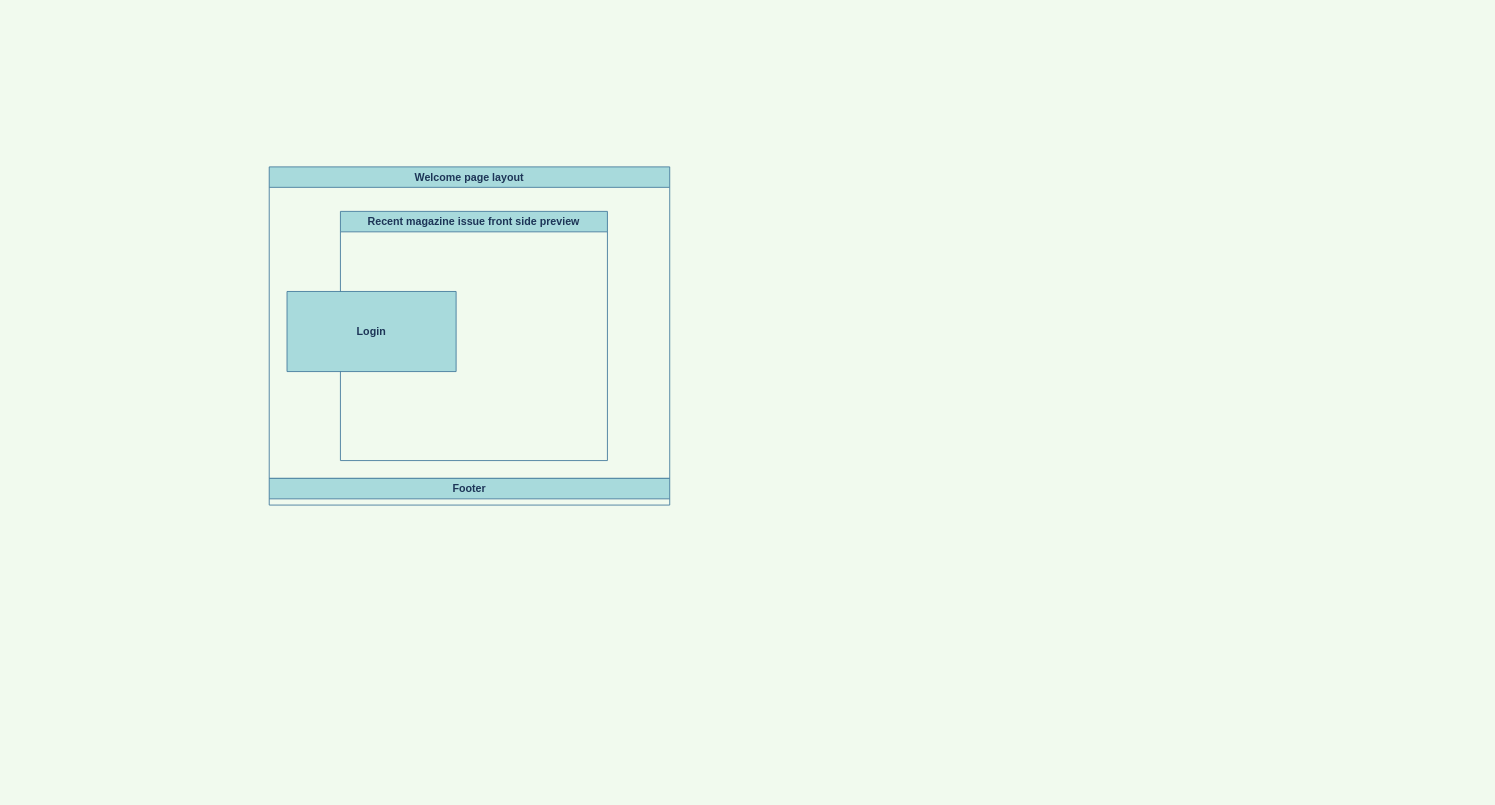
This is diagrams/UI.drawio from JKalina08/ssg_magazine, a draw.io file, before an edit. Source tidied: cells renumbered, new cells numbered last; positions are measured from the earlier drawing's top-left corner, leaving out a move shared by most shapes. Both pictures are drawn from the tidied source at 89%, with x=0, y=0 at pixel (269, 166).
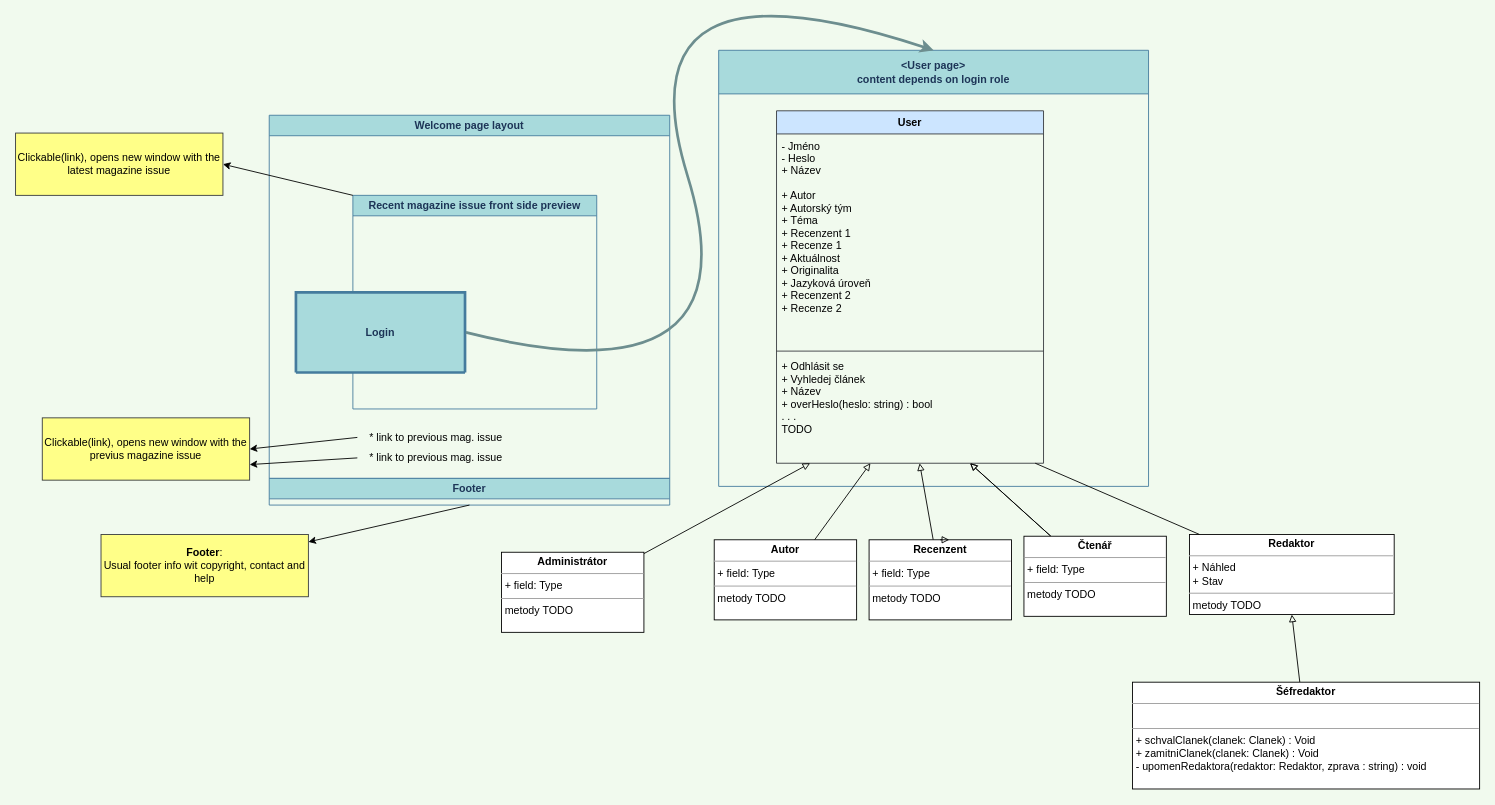
The same diagram, later.

Unchanged cells that the change refers to:
```xml
<mxCell id="5" value="Footer" style="swimlane;whiteSpace=wrap;html=1;rounded=0;shadow=0;glass=0;fillStyle=auto;strokeColor=#457B9D;fontColor=#1D3557;fillColor=#A8DADC;" parent="1" vertex="1">
  <mxGeometry y="350" width="450" height="30" as="geometry" />
</mxCell>
```

Diff of the diagram source:
```diff
@@
+    <mxCell id="6" value="Clickable(link), opens new window with the latest magazine issue" style="html=1;whiteSpace=wrap;fillColor=#ffff88;strokeColor=#36393d;" parent="1" vertex="1">
+      <mxGeometry x="-285" y="-38" width="233" height="70" as="geometry" />
+    </mxCell>
     <mxCell id="2" value="Welcome page layout" style="swimlane;whiteSpace=wrap;html=1;fillColor=#A8DADC;strokeColor=#457B9D;fontColor=#1D3557;" parent="1" vertex="1">
-      <mxGeometry width="450" height="350" as="geometry" />
+      <mxGeometry y="-58" width="450" height="408" as="geometry" />
     </mxCell>
-    <mxCell id="3" value="Recent magazine issue front side preview" style="swimlane;whiteSpace=wrap;html=1;fillColor=#A8DADC;strokeColor=#457B9D;fontColor=#1D3557;" parent="1" vertex="1">
-      <mxGeometry x="80" y="50" width="300" height="280" as="geometry" />
+    <mxCell id="3" value="Recent magazine issue front side preview" style="swimlane;whiteSpace=wrap;html=1;fillColor=#A8DADC;strokeColor=#457B9D;fontColor=#1D3557;" parent="2" vertex="1">
+      <mxGeometry x="94" y="90" width="274" height="240" as="geometry" />
     </mxCell>
-    <mxCell id="4" value="Login" style="swimlane;whiteSpace=wrap;html=1;strokeColor=#457B9D;fontColor=#1D3557;fillColor=#A8DADC;fillStyle=auto;glass=0;shadow=0;rounded=0;perimeterSpacing=1;fillOpacity=100;startSize=90;" parent="3" vertex="1">
-      <mxGeometry x="-60" y="90" width="190" height="90" as="geometry" />
+    <mxCell id="4" value="Login" style="swimlane;whiteSpace=wrap;html=1;strokeColor=#457B9D;fontColor=#1D3557;fillColor=#A8DADC;fillStyle=auto;glass=0;shadow=0;rounded=0;perimeterSpacing=1;fillOpacity=100;startSize=90;strokeWidth=3;" parent="3" vertex="1">
+      <mxGeometry x="-64" y="109" width="190" height="90" as="geometry" />
     </mxCell>
+    <mxCell id="7" value="* link to previous mag. issue" style="text;html=1;strokeColor=none;fillColor=none;align=center;verticalAlign=middle;whiteSpace=wrap;rounded=0;" parent="2" vertex="1">
+      <mxGeometry x="99" y="347" width="177" height="30" as="geometry" />
+    </mxCell>
+    <mxCell id="8" value="* link to previous mag. issue" style="text;html=1;strokeColor=none;fillColor=none;align=center;verticalAlign=middle;whiteSpace=wrap;rounded=0;" parent="2" vertex="1">
+      <mxGeometry x="99" y="370" width="177" height="30" as="geometry" />
+    </mxCell>
@@
+    <mxCell id="9" style="endArrow=classic;html=1;rounded=0;exitX=0;exitY=0;exitDx=0;exitDy=0;entryX=1;entryY=0.5;entryDx=0;entryDy=0;" parent="1" edge="1" source="3" target="6">
+      <mxGeometry relative="1" as="geometry" />
+    </mxCell>
+    <mxCell id="10" value="Clickable(link), opens new window with the previus magazine issue" style="html=1;whiteSpace=wrap;fillColor=#ffff88;strokeColor=#36393d;" parent="1" vertex="1">
+      <mxGeometry x="-255" y="282" width="233" height="70" as="geometry" />
+    </mxCell>
+    <mxCell id="11" style="endArrow=classic;html=1;rounded=0;exitX=0;exitY=0.5;exitDx=0;exitDy=0;entryX=1;entryY=0.5;entryDx=0;entryDy=0;" parent="1" edge="1" source="7" target="10">
+      <mxGeometry relative="1" as="geometry" />
+    </mxCell>
+    <mxCell id="12" style="endArrow=classic;html=1;rounded=0;exitX=0;exitY=0.5;exitDx=0;exitDy=0;entryX=1;entryY=0.75;entryDx=0;entryDy=0;" parent="1" edge="1" source="8" target="10">
+      <mxGeometry relative="1" as="geometry" />
+    </mxCell>
+    <mxCell id="13" value="&lt;b&gt;Footer&lt;/b&gt;:&lt;br&gt;Usual footer info wit copyright, contact and help" style="html=1;whiteSpace=wrap;fillColor=#ffff88;strokeColor=#36393d;" parent="1" vertex="1">
+      <mxGeometry x="-189" y="413" width="233" height="70" as="geometry" />
+    </mxCell>
+    <mxCell id="14" style="endArrow=classic;html=1;rounded=0;exitX=0.5;exitY=1;exitDx=0;exitDy=0;" parent="1" edge="1" source="5" target="13">
+      <mxGeometry relative="1" as="geometry" />
+    </mxCell>
+    <mxCell id="15" value="&amp;lt;User page&amp;gt;&lt;br&gt;content depends on login role" style="swimlane;whiteSpace=wrap;html=1;fillColor=#A8DADC;strokeColor=#457B9D;fontColor=#1D3557;startSize=49;" parent="1" vertex="1">
+      <mxGeometry x="505" y="-131" width="483" height="490" as="geometry" />
+    </mxCell>
+    <mxCell id="16" value="User" style="swimlane;fontStyle=1;align=center;verticalAlign=top;horizontal=1;startSize=26;swimlaneLine=1;fillColor=#cce5ff;strokeColor=#36393d;" parent="15" vertex="1">
+      <mxGeometry x="65" y="68" width="300" height="396" as="geometry" />
+    </mxCell>
+    <mxCell id="17" value="- Jméno&#10;- Heslo&#10;+ Název&#10;&#10;+ Autor&#10;+ Autorský tým&#10;+ Téma&#10;+ Recenzent 1&#10;+ Recenze 1&#10;+ Aktuálnost&#10;+ Originalita&#10;+ Jazyková úroveň&#10;+ Recenzent 2&#10;+ Recenze 2&#10;&#10;&#10;&#10;" style="text;strokeColor=none;fillColor=none;align=left;verticalAlign=top;spacingLeft=4;spacingRight=4;overflow=hidden;" parent="16" vertex="1">
+      <mxGeometry y="26" width="300" height="240" as="geometry" />
+    </mxCell>
+    <mxCell id="18" style="line;strokeWidth=1;fillColor=none;align=left;verticalAlign=middle;spacingTop=-1;spacingLeft=3;spacingRight=3;labelPosition=right;strokeColor=inherit;" parent="16" vertex="1">
+      <mxGeometry y="266" width="300" height="8" as="geometry" />
+    </mxCell>
+    <mxCell id="19" value="+ Odhlásit se&#10;+ Vyhledej článek&#10;+ Název &#10;+ overHeslo(heslo: string) : bool&#10;. . .&#10;TODO" style="text;strokeColor=none;fillColor=none;align=left;verticalAlign=top;spacingLeft=4;spacingRight=4;overflow=hidden;points=[[0,0.5],[1,0.5]];portConstraint=eastwest;" parent="16" vertex="1">
+      <mxGeometry y="274" width="300" height="122" as="geometry" />
+    </mxCell>
+    <mxCell id="20" style="curved=1;endArrow=classic;html=1;rounded=0;entryX=0.5;entryY=0;entryDx=0;entryDy=0;exitX=1;exitY=0.5;exitDx=0;exitDy=0;strokeWidth=3;strokeColor=#6D8E8F;" parent="1" edge="1" source="4" target="15">
+      <mxGeometry relative="1" as="geometry">
+        <Array as="points">
+          <mxPoint x="550" y="269" />
+          <mxPoint x="390" y="-249" />
+        </Array>
+      </mxGeometry>
+    </mxCell>
+    <mxCell id="21" style="edgeStyle=none;rounded=0;jumpSize=6;jettySize=auto;html=1;shadow=0;strokeWidth=1;startArrow=none;startFill=0;endArrow=block;endFill=0;endSize=6;" parent="1" edge="1" source="33" target="19">
+      <mxGeometry relative="1" as="geometry" />
+    </mxCell>
+    <mxCell id="22" value="&lt;p style=&quot;margin:0px;margin-top:4px;text-align:center;&quot;&gt;&lt;b&gt;Redaktor&lt;/b&gt;&lt;/p&gt;&lt;hr size=&quot;1&quot;&gt;&lt;p style=&quot;margin:0px;margin-left:4px;&quot;&gt;+ Náhled&lt;/p&gt;&lt;p style=&quot;margin:0px;margin-left:4px;&quot;&gt;+ Stav&lt;br&gt;&lt;/p&gt;&lt;hr size=&quot;1&quot;&gt;&lt;p style=&quot;margin:0px;margin-left:4px;&quot;&gt;metody TODO&lt;/p&gt;" style="verticalAlign=top;align=left;overflow=fill;fontSize=12;fontFamily=Helvetica;html=1;" parent="1" vertex="1">
+      <mxGeometry x="1034" y="413" width="230" height="90" as="geometry" />
+    </mxCell>
+    <mxCell id="23" style="edgeStyle=none;rounded=0;jumpSize=6;jettySize=auto;html=1;shadow=0;strokeWidth=1;startArrow=none;startFill=0;endArrow=block;endFill=0;endSize=6;entryX=0.5;entryY=1;entryDx=0;entryDy=0;" parent="1" edge="1" source="24" target="22">
+      <mxGeometry relative="1" as="geometry" />
+    </mxCell>
+    <mxCell id="24" value="&lt;p style=&quot;margin:0px;margin-top:4px;text-align:center;&quot;&gt;&lt;b&gt;Šéfredaktor&lt;/b&gt;&lt;/p&gt;&lt;hr size=&quot;1&quot;&gt;&lt;p style=&quot;margin:0px;margin-left:4px;&quot;&gt;&lt;br&gt;&lt;/p&gt;&lt;hr size=&quot;1&quot;&gt;&lt;p style=&quot;margin:0px;margin-left:4px;&quot;&gt;+ schvalClanek(clanek: Clanek) : Void&lt;br&gt;&lt;/p&gt;&lt;p style=&quot;margin:0px;margin-left:4px;&quot;&gt;+ zamitniClanek(clanek: Clanek) : Void&lt;br&gt;&lt;/p&gt;&lt;p style=&quot;margin:0px;margin-left:4px;&quot;&gt;- upomenRedaktora(redaktor: Redaktor, zprava : string) : void&lt;/p&gt;" style="verticalAlign=top;align=left;overflow=fill;fontSize=12;fontFamily=Helvetica;html=1;" parent="1" vertex="1">
+      <mxGeometry x="970" y="579" width="390" height="120" as="geometry" />
+    </mxCell>
+    <mxCell id="25" style="edgeStyle=none;rounded=0;jumpSize=6;jettySize=auto;html=1;shadow=0;strokeWidth=1;startArrow=none;startFill=0;endArrow=block;endFill=0;endSize=6;" parent="1" edge="1" source="33" target="19">
+      <mxGeometry relative="1" as="geometry" />
+    </mxCell>
+    <mxCell id="26" style="edgeStyle=none;rounded=0;jumpSize=6;jettySize=auto;html=1;shadow=0;strokeWidth=1;startArrow=none;startFill=0;endArrow=block;endFill=0;endSize=6;" parent="1" edge="1" source="27" target="19">
+      <mxGeometry relative="1" as="geometry" />
+    </mxCell>
+    <mxCell id="27" value="&lt;p style=&quot;margin:0px;margin-top:4px;text-align:center;&quot;&gt;&lt;b&gt;Recenzent&lt;/b&gt;&lt;/p&gt;&lt;hr size=&quot;1&quot;&gt;&lt;p style=&quot;margin:0px;margin-left:4px;&quot;&gt;+ field: Type&lt;/p&gt;&lt;hr size=&quot;1&quot;&gt;&lt;p style=&quot;margin:0px;margin-left:4px;&quot;&gt;metody TODO&lt;br&gt;&lt;/p&gt;" style="verticalAlign=top;align=left;overflow=fill;fontSize=12;fontFamily=Helvetica;html=1;" parent="1" vertex="1">
+      <mxGeometry x="674" y="419" width="160" height="90" as="geometry" />
+    </mxCell>
+    <mxCell id="28" style="edgeStyle=none;rounded=0;jumpSize=6;jettySize=auto;html=1;shadow=0;strokeWidth=1;startArrow=none;startFill=0;endArrow=block;endFill=0;endSize=6;" parent="1" edge="1" source="29" target="19">
+      <mxGeometry relative="1" as="geometry" />
+    </mxCell>
+    <mxCell id="29" value="&lt;p style=&quot;margin:0px;margin-top:4px;text-align:center;&quot;&gt;&lt;b&gt;Autor&lt;/b&gt;&lt;/p&gt;&lt;hr size=&quot;1&quot;&gt;&lt;p style=&quot;margin:0px;margin-left:4px;&quot;&gt;+ field: Type&lt;/p&gt;&lt;hr size=&quot;1&quot;&gt;&lt;p style=&quot;margin:0px;margin-left:4px;&quot;&gt;metody TODO&lt;br&gt;&lt;/p&gt;" style="verticalAlign=top;align=left;overflow=fill;fontSize=12;fontFamily=Helvetica;html=1;" parent="1" vertex="1">
+      <mxGeometry x="500" y="419" width="160" height="90" as="geometry" />
+    </mxCell>
+    <mxCell id="30" style="rounded=0;jumpSize=6;jettySize=auto;html=1;shadow=0;strokeWidth=1;startArrow=none;startFill=0;endArrow=block;endFill=0;endSize=6;" parent="1" edge="1" source="31" target="19">
+      <mxGeometry relative="1" as="geometry" />
+    </mxCell>
+    <mxCell id="31" value="&lt;p style=&quot;margin:0px;margin-top:4px;text-align:center;&quot;&gt;&lt;b&gt;Administrátor&lt;/b&gt;&lt;/p&gt;&lt;hr size=&quot;1&quot;&gt;&lt;p style=&quot;margin:0px;margin-left:4px;&quot;&gt;+ field: Type&lt;/p&gt;&lt;hr size=&quot;1&quot;&gt;&lt;p style=&quot;margin:0px;margin-left:4px;&quot;&gt;metody TODO&lt;br&gt;&lt;/p&gt;" style="verticalAlign=top;align=left;overflow=fill;fontSize=12;fontFamily=Helvetica;html=1;" parent="1" vertex="1">
+      <mxGeometry x="261" y="433" width="160" height="90" as="geometry" />
+    </mxCell>
+    <mxCell id="32" style="edgeStyle=none;rounded=0;jumpSize=6;orthogonalLoop=1;jettySize=auto;html=1;exitX=0.5;exitY=0;exitDx=0;exitDy=0;entryX=0.563;entryY=0;entryDx=0;entryDy=0;entryPerimeter=0;shadow=0;strokeWidth=1;startArrow=none;startFill=0;endArrow=block;endFill=0;endSize=6;" parent="1" edge="1" source="27" target="27">
+      <mxGeometry relative="1" as="geometry" />
+    </mxCell>
+    <mxCell id="33" value="&lt;p style=&quot;margin:0px;margin-top:4px;text-align:center;&quot;&gt;&lt;b&gt;Čtenář&lt;/b&gt;&lt;/p&gt;&lt;hr size=&quot;1&quot;&gt;&lt;p style=&quot;margin:0px;margin-left:4px;&quot;&gt;+ field: Type&lt;/p&gt;&lt;hr size=&quot;1&quot;&gt;&lt;p style=&quot;margin:0px;margin-left:4px;&quot;&gt;metody TODO&lt;br&gt;&lt;/p&gt;" style="verticalAlign=top;align=left;overflow=fill;fontSize=12;fontFamily=Helvetica;html=1;" parent="1" vertex="1">
+      <mxGeometry x="848" y="415" width="160" height="90" as="geometry" />
+    </mxCell>
+    <mxCell id="34" style="edgeStyle=none;rounded=0;jumpSize=6;jettySize=auto;html=1;shadow=0;strokeWidth=1;startArrow=none;startFill=0;endArrow=none;endFill=0;endSize=6;" parent="1" edge="1" source="22" target="19">
+      <mxGeometry relative="1" as="geometry" />
+    </mxCell>
```
